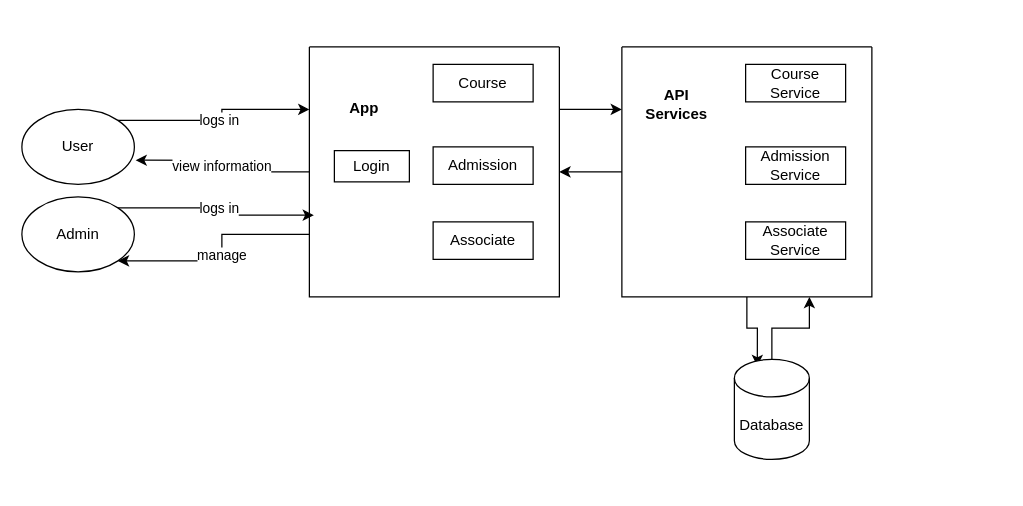
This is learn.drawio from astutisingh/test, a draw.io file, before an edit. Source tidied: cells renumbered, new cells numbered last; positions are measured from the earlier drawing's top-left corner, leaving out a move shared by most shapes. Both pictures are drawn from the tidied source at 125%, with x=0, y=0 at pixel (21, 46).
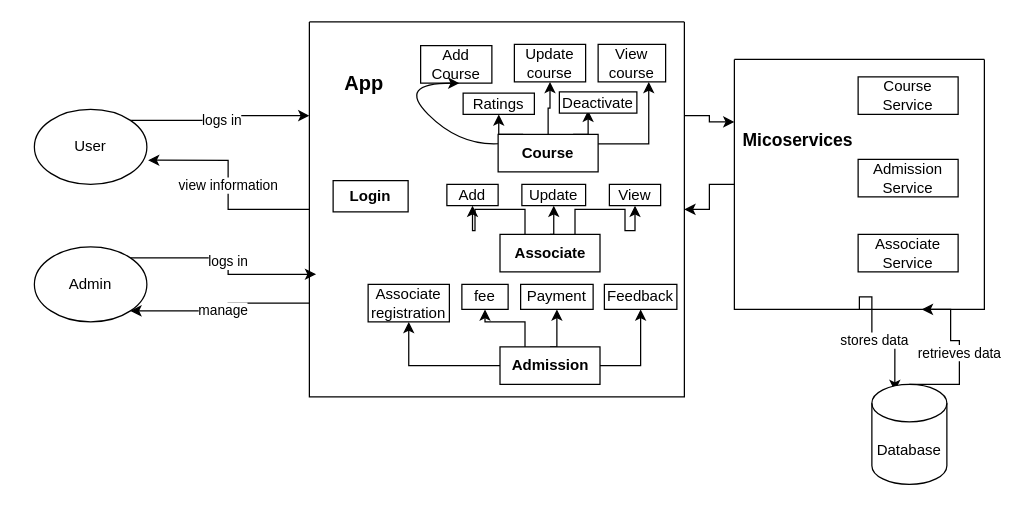
After the change.

Diff of the diagram source:
```diff
@@
     <mxCell id="3" value="User" style="ellipse;whiteSpace=wrap;html=1;" parent="1" vertex="1">
-      <mxGeometry y="50" width="90" height="60" as="geometry" />
+      <mxGeometry x="10" y="50" width="90" height="60" as="geometry" />
     </mxCell>
@@
     <mxCell id="7" style="swimlane;startSize=0;" parent="1" vertex="1">
-      <mxGeometry x="230" width="200" height="200" as="geometry" />
+      <mxGeometry x="230" y="-20" width="300" height="300" as="geometry" />
     </mxCell>
+    <mxCell id="24" style="edgeStyle=orthogonalEdgeStyle;rounded=0;jettySize=auto;html=1;exitX=0.25;exitY=0;exitDx=0;exitDy=0;entryX=0.5;entryY=1;entryDx=0;entryDy=0;" parent="7" edge="1" source="8" target="36">
+      <mxGeometry relative="1" as="geometry" />
+    </mxCell>
+    <mxCell id="25" style="edgeStyle=orthogonalEdgeStyle;rounded=0;jettySize=auto;html=1;exitX=0.5;exitY=0;exitDx=0;exitDy=0;entryX=0.5;entryY=1;entryDx=0;entryDy=0;" parent="7" edge="1" source="8" target="34">
+      <mxGeometry relative="1" as="geometry" />
+    </mxCell>
+    <mxCell id="26" style="edgeStyle=orthogonalEdgeStyle;rounded=0;jettySize=auto;html=1;exitX=0.75;exitY=0;exitDx=0;exitDy=0;entryX=0.371;entryY=0.882;entryDx=0;entryDy=0;entryPerimeter=0;" parent="7" edge="1" source="8" target="37">
+      <mxGeometry relative="1" as="geometry" />
+    </mxCell>
-    <mxCell id="8" value="Course" style="rounded=0;whiteSpace=wrap;html=1;" parent="7" vertex="1">
-      <mxGeometry x="99" y="14" width="80" height="30" as="geometry" />
+    <mxCell id="8" value="Course" style="rounded=0;whiteSpace=wrap;html=1;fontStyle=1;" parent="7" vertex="1">
+      <mxGeometry x="151" y="90" width="80" height="30" as="geometry" />
     </mxCell>
+    <mxCell id="27" style="edgeStyle=orthogonalEdgeStyle;rounded=0;jettySize=auto;html=1;entryX=0.5;entryY=1;entryDx=0;entryDy=0;" parent="7" edge="1" source="9" target="43">
+      <mxGeometry relative="1" as="geometry" />
+    </mxCell>
+    <mxCell id="28" style="edgeStyle=orthogonalEdgeStyle;rounded=0;jettySize=auto;html=1;exitX=0.25;exitY=0;exitDx=0;exitDy=0;entryX=0.5;entryY=1;entryDx=0;entryDy=0;" parent="7" edge="1" source="9" target="42">
+      <mxGeometry relative="1" as="geometry" />
+    </mxCell>
+    <mxCell id="29" style="edgeStyle=orthogonalEdgeStyle;rounded=0;jettySize=auto;html=1;exitX=0.5;exitY=0;exitDx=0;exitDy=0;entryX=0.5;entryY=1;entryDx=0;entryDy=0;" parent="7" edge="1" source="9" target="44">
+      <mxGeometry relative="1" as="geometry" />
+    </mxCell>
+    <mxCell id="30" style="edgeStyle=orthogonalEdgeStyle;rounded=0;jettySize=auto;html=1;exitX=1;exitY=0.5;exitDx=0;exitDy=0;entryX=0.5;entryY=1;entryDx=0;entryDy=0;" parent="7" edge="1" source="9" target="45">
+      <mxGeometry relative="1" as="geometry" />
+    </mxCell>
-    <mxCell id="9" value="Admission" style="rounded=0;whiteSpace=wrap;html=1;" parent="7" vertex="1">
-      <mxGeometry x="99" y="80" width="80" height="30" as="geometry" />
+    <mxCell id="9" value="Admission" style="rounded=0;whiteSpace=wrap;html=1;fontStyle=1;" parent="7" vertex="1">
+      <mxGeometry x="152.5" y="260" width="80" height="30" as="geometry" />
     </mxCell>
+    <mxCell id="31" style="edgeStyle=orthogonalEdgeStyle;rounded=0;jettySize=auto;html=1;exitX=0.25;exitY=0;exitDx=0;exitDy=0;entryX=0.5;entryY=1;entryDx=0;entryDy=0;" parent="7" edge="1" source="10" target="39">
+      <mxGeometry relative="1" as="geometry" />
+    </mxCell>
+    <mxCell id="32" style="edgeStyle=orthogonalEdgeStyle;rounded=0;jettySize=auto;html=1;exitX=0.5;exitY=0;exitDx=0;exitDy=0;entryX=0.5;entryY=1;entryDx=0;entryDy=0;" parent="7" edge="1" source="10" target="40">
+      <mxGeometry relative="1" as="geometry" />
+    </mxCell>
+    <mxCell id="33" style="edgeStyle=orthogonalEdgeStyle;rounded=0;jettySize=auto;html=1;exitX=0.75;exitY=0;exitDx=0;exitDy=0;entryX=0.5;entryY=1;entryDx=0;entryDy=0;" parent="7" edge="1" source="10" target="41">
+      <mxGeometry relative="1" as="geometry" />
+    </mxCell>
-    <mxCell id="10" value="Associate" style="rounded=0;whiteSpace=wrap;html=1;" parent="7" vertex="1">
-      <mxGeometry x="99" y="140" width="80" height="30" as="geometry" />
+    <mxCell id="10" value="Associate" style="rounded=0;whiteSpace=wrap;html=1;fontStyle=1;" parent="7" vertex="1">
+      <mxGeometry x="152.5" y="170" width="80" height="30" as="geometry" />
     </mxCell>
-    <mxCell id="11" value="App" style="text;html=1;strokeColor=none;fillColor=none;align=center;verticalAlign=middle;whiteSpace=wrap;rounded=0;fontStyle=1;" parent="7" vertex="1">
+    <mxCell id="11" value="App" style="text;html=1;strokeColor=none;fillColor=none;align=center;verticalAlign=middle;whiteSpace=wrap;rounded=0;fontStyle=1;fontSize=16;" parent="7" vertex="1">
       <mxGeometry x="14" y="34" width="60" height="30" as="geometry" />
     </mxCell>
-    <mxCell id="12" value="Login" style="rounded=0;whiteSpace=wrap;html=1;" parent="7" vertex="1">
-      <mxGeometry x="20" y="83" width="60" height="25" as="geometry" />
+    <mxCell id="12" value="Login" style="rounded=0;whiteSpace=wrap;html=1;fontStyle=1;" parent="7" vertex="1">
+      <mxGeometry x="19" y="127" width="60" height="25" as="geometry" />
     </mxCell>
+    <mxCell id="34" value="Update course" style="rounded=0;whiteSpace=wrap;html=1;" parent="7" vertex="1">
+      <mxGeometry x="164" y="18" width="57" height="30" as="geometry" />
+    </mxCell>
+    <mxCell id="35" value="Add Course" style="rounded=0;whiteSpace=wrap;html=1;" parent="7" vertex="1">
+      <mxGeometry x="89" y="19" width="57" height="30" as="geometry" />
+    </mxCell>
+    <mxCell id="36" value="Ratings" style="rounded=0;whiteSpace=wrap;html=1;" parent="7" vertex="1">
+      <mxGeometry x="123" y="57" width="57" height="17" as="geometry" />
+    </mxCell>
+    <mxCell id="37" value="Deactivate" style="rounded=0;whiteSpace=wrap;html=1;" parent="7" vertex="1">
+      <mxGeometry x="200" y="56" width="62" height="17" as="geometry" />
+    </mxCell>
+    <mxCell id="38" style="curved=1;endArrow=classic;html=1;rounded=0;exitX=0;exitY=0.25;exitDx=0;exitDy=0;" parent="7" edge="1" source="8">
+      <mxGeometry relative="1" as="geometry">
+        <mxPoint x="120" y="49" as="targetPoint" />
+        <Array as="points">
+          <mxPoint x="120" y="99" />
+          <mxPoint x="70" y="49" />
+        </Array>
+      </mxGeometry>
+    </mxCell>
+    <mxCell id="39" value="Add" style="rounded=0;whiteSpace=wrap;html=1;" parent="7" vertex="1">
+      <mxGeometry x="110" y="130" width="41" height="17" as="geometry" />
+    </mxCell>
+    <mxCell id="40" value="Update" style="rounded=0;whiteSpace=wrap;html=1;" parent="7" vertex="1">
+      <mxGeometry x="170" y="130" width="51" height="17" as="geometry" />
+    </mxCell>
+    <mxCell id="41" value="View" style="rounded=0;whiteSpace=wrap;html=1;" parent="7" vertex="1">
+      <mxGeometry x="240" y="130" width="41" height="17" as="geometry" />
+    </mxCell>
+    <mxCell id="42" value="fee" style="rounded=0;whiteSpace=wrap;html=1;" parent="7" vertex="1">
+      <mxGeometry x="122" y="210" width="37" height="20" as="geometry" />
+    </mxCell>
+    <mxCell id="43" value="Associate registration" style="rounded=0;whiteSpace=wrap;html=1;" parent="7" vertex="1">
+      <mxGeometry x="47" y="210" width="65" height="30" as="geometry" />
+    </mxCell>
+    <mxCell id="44" value="Payment" style="rounded=0;whiteSpace=wrap;html=1;" parent="7" vertex="1">
+      <mxGeometry x="169" y="210" width="58" height="20" as="geometry" />
+    </mxCell>
+    <mxCell id="45" value="Feedback" style="rounded=0;whiteSpace=wrap;html=1;" parent="7" vertex="1">
+      <mxGeometry x="236" y="210" width="58" height="20" as="geometry" />
+    </mxCell>
@@
-    <mxCell id="14" style="edgeStyle=orthogonalEdgeStyle;rounded=0;jettySize=auto;html=1;exitX=0.5;exitY=1;exitDx=0;exitDy=0;entryX=0.306;entryY=0.067;entryDx=0;entryDy=0;entryPerimeter=0;" parent="1" edge="1" source="15" target="21">
-      <mxGeometry relative="1" as="geometry" />
+    <mxCell id="14" value="stores data&lt;br&gt;" style="edgeStyle=orthogonalEdgeStyle;rounded=0;jettySize=auto;html=1;exitX=0.5;exitY=1;exitDx=0;exitDy=0;entryX=0.306;entryY=0.067;entryDx=0;entryDy=0;entryPerimeter=0;" parent="1" edge="1" source="15" target="21">
+      <mxGeometry relative="1" as="geometry">
+        <Array as="points">
+          <mxPoint x="680" y="200" />
+          <mxPoint x="680" y="235" />
+          <mxPoint x="698" y="235" />
+        </Array>
+      </mxGeometry>
     </mxCell>
     <mxCell id="15" style="swimlane;startSize=0;" parent="1" vertex="1">
-      <mxGeometry x="480" width="200" height="200" as="geometry" />
+      <mxGeometry x="570" y="10" width="200" height="200" as="geometry" />
     </mxCell>
@@
-    <mxCell id="19" value="API Services" style="text;html=1;strokeColor=none;fillColor=none;align=center;verticalAlign=middle;whiteSpace=wrap;rounded=0;fontStyle=1;" parent="15" vertex="1">
-      <mxGeometry x="14" y="31" width="60" height="30" as="geometry" />
+    <mxCell id="19" value="Micoservices" style="text;html=1;strokeColor=none;fillColor=none;align=center;verticalAlign=middle;whiteSpace=wrap;rounded=0;fontStyle=1;fontSize=14;" parent="15" vertex="1">
+      <mxGeometry x="21" y="50" width="60" height="30" as="geometry" />
     </mxCell>
-    <mxCell id="20" style="edgeStyle=orthogonalEdgeStyle;rounded=0;jettySize=auto;html=1;exitX=0.5;exitY=0;exitDx=0;exitDy=0;exitPerimeter=0;entryX=0.75;entryY=1;entryDx=0;entryDy=0;" parent="1" edge="1" source="21" target="15">
-      <mxGeometry relative="1" as="geometry" />
+    <mxCell id="20" value="retrieves data" style="edgeStyle=orthogonalEdgeStyle;rounded=0;jettySize=auto;html=1;exitX=0.5;exitY=0;exitDx=0;exitDy=0;exitPerimeter=0;entryX=0.75;entryY=1;entryDx=0;entryDy=0;" parent="1" edge="1" source="21" target="15">
+      <mxGeometry relative="1" as="geometry">
+        <Array as="points">
+          <mxPoint x="750" y="270" />
+          <mxPoint x="750" y="235" />
+          <mxPoint x="743" y="235" />
+        </Array>
+      </mxGeometry>
     </mxCell>
     <mxCell id="21" value="Database" style="shape=cylinder3;whiteSpace=wrap;html=1;boundedLbl=1;backgroundOutline=1;size=15;" parent="1" vertex="1">
-      <mxGeometry x="570" y="250" width="60" height="80" as="geometry" />
+      <mxGeometry x="680" y="270" width="60" height="80" as="geometry" />
     </mxCell>
@@
     <mxCell id="23" value="Admin" style="ellipse;whiteSpace=wrap;html=1;" parent="1" vertex="1">
-      <mxGeometry y="120" width="90" height="60" as="geometry" />
+      <mxGeometry x="10" y="160" width="90" height="60" as="geometry" />
     </mxCell>
+    <mxCell id="46" value="View course" style="rounded=0;whiteSpace=wrap;html=1;" parent="1" vertex="1">
+      <mxGeometry x="461" y="-2" width="54" height="30" as="geometry" />
+    </mxCell>
+    <mxCell id="47" style="edgeStyle=orthogonalEdgeStyle;rounded=0;jettySize=auto;html=1;exitX=1;exitY=0.25;exitDx=0;exitDy=0;entryX=0.75;entryY=1;entryDx=0;entryDy=0;" parent="1" edge="1" source="8" target="46">
+      <mxGeometry relative="1" as="geometry" />
+    </mxCell>
```
